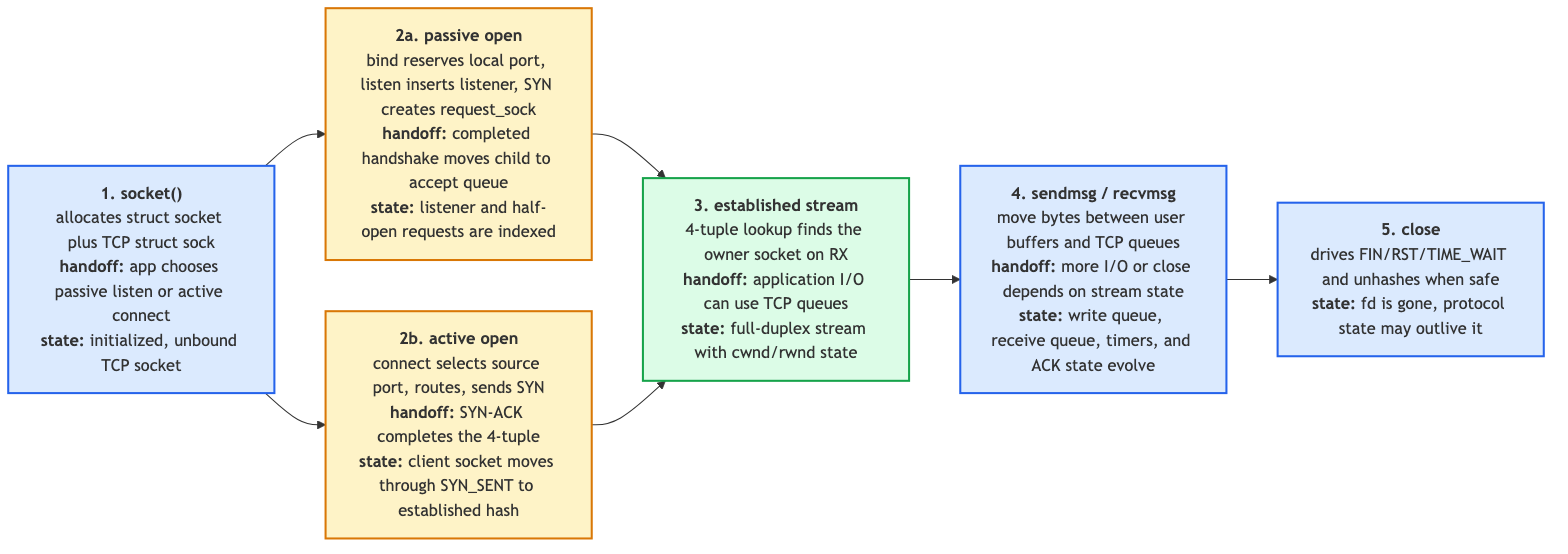
This is linux-net/src/diagrams/day13_socket_lifecycle.png from biefy/books, a Mermaid export, as it was before one commit. Its source is kept beside it as linux-net/src/diagrams/src/day13_socket_lifecycle.mmd.
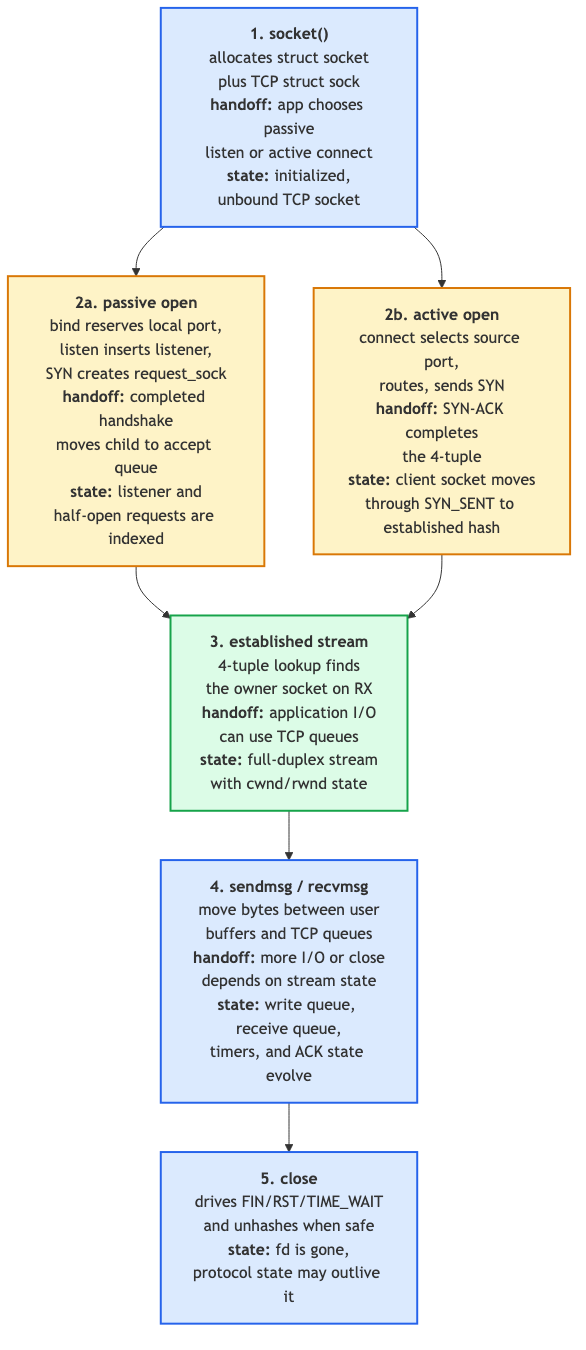
The same diagram one commit later.

Diff of the diagram source:
```diff
@@ -1,15 +1,15 @@
-flowchart LR
-    Socket["<b>1. socket()</b><br/>allocates struct socket plus TCP struct sock<br/><b>handoff:</b> app chooses passive listen or active connect<br/><b>state:</b> initialized, unbound TCP socket"]
+flowchart TD
+    Socket["<b>1. socket()</b><br/>allocates struct socket<br/>plus TCP struct sock<br/><b>handoff:</b> app chooses passive<br/>listen or active connect<br/><b>state:</b> initialized,<br/>unbound TCP socket"]
 
-    Passive["<b>2a. passive open</b><br/>bind reserves local port, listen inserts listener, SYN creates request_sock<br/><b>handoff:</b> completed handshake moves child to accept queue<br/><b>state:</b> listener and half-open requests are indexed"]
+    Passive["<b>2a. passive open</b><br/>bind reserves local port,<br/>listen inserts listener,<br/>SYN creates request_sock<br/><b>handoff:</b> completed handshake<br/>moves child to accept queue<br/><b>state:</b> listener and<br/>half-open requests are indexed"]
 
-    Active["<b>2b. active open</b><br/>connect selects source port, routes, sends SYN<br/><b>handoff:</b> SYN-ACK completes the 4-tuple<br/><b>state:</b> client socket moves through SYN_SENT to established hash"]
+    Active["<b>2b. active open</b><br/>connect selects source port,<br/>routes, sends SYN<br/><b>handoff:</b> SYN-ACK completes<br/>the 4-tuple<br/><b>state:</b> client socket moves<br/>through SYN_SENT to established hash"]
 
-    Established["<b>3. established stream</b><br/>4-tuple lookup finds the owner socket on RX<br/><b>handoff:</b> application I/O can use TCP queues<br/><b>state:</b> full-duplex stream with cwnd/rwnd state"]
+    Established["<b>3. established stream</b><br/>4-tuple lookup finds<br/>the owner socket on RX<br/><b>handoff:</b> application I/O<br/>can use TCP queues<br/><b>state:</b> full-duplex stream<br/>with cwnd/rwnd state"]
 
-    IO["<b>4. sendmsg / recvmsg</b><br/>move bytes between user buffers and TCP queues<br/><b>handoff:</b> more I/O or close depends on stream state<br/><b>state:</b> write queue, receive queue, timers, and ACK state evolve"]
+    IO["<b>4. sendmsg / recvmsg</b><br/>move bytes between user<br/>buffers and TCP queues<br/><b>handoff:</b> more I/O or close<br/>depends on stream state<br/><b>state:</b> write queue, receive queue,<br/>timers, and ACK state evolve"]
 
-    Close["<b>5. close</b><br/>drives FIN/RST/TIME_WAIT and unhashes when safe<br/><b>state:</b> fd is gone, protocol state may outlive it"]
+    Close["<b>5. close</b><br/>drives FIN/RST/TIME_WAIT<br/>and unhashes when safe<br/><b>state:</b> fd is gone,<br/>protocol state may outlive it"]
 
     Socket --> Passive --> Established --> IO --> Close
     Socket --> Active --> Established
```
